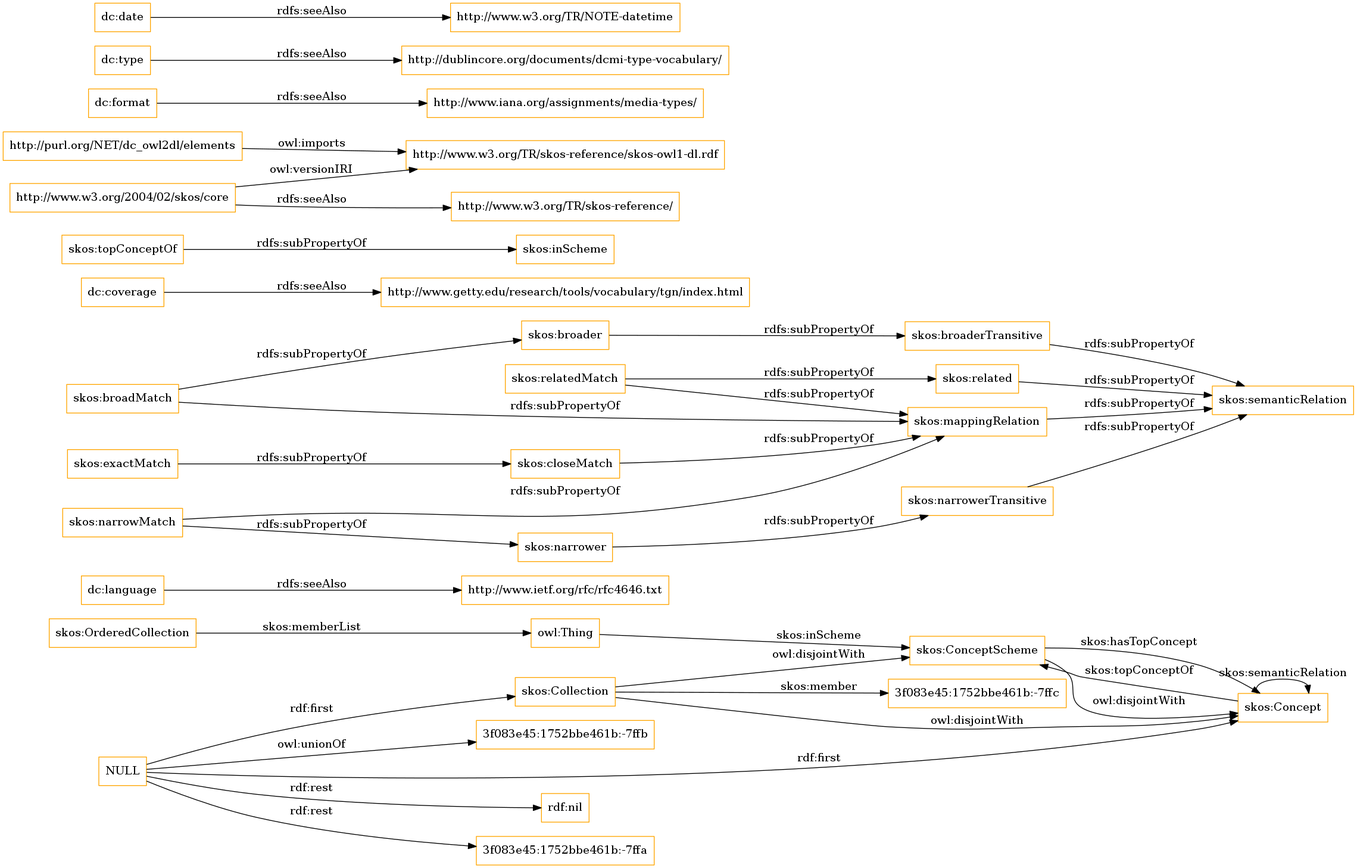
Before: OnToology/imports/elements.owl/diagrams/ar2dtool-class/elements.owl.png, a diagram exported from Graphviz (OnToologyUser/core-ontology-1). Its source is kept beside it as OnToology/imports/elements.owl/diagrams/ar2dtool-class/elements.owl.png.dot.
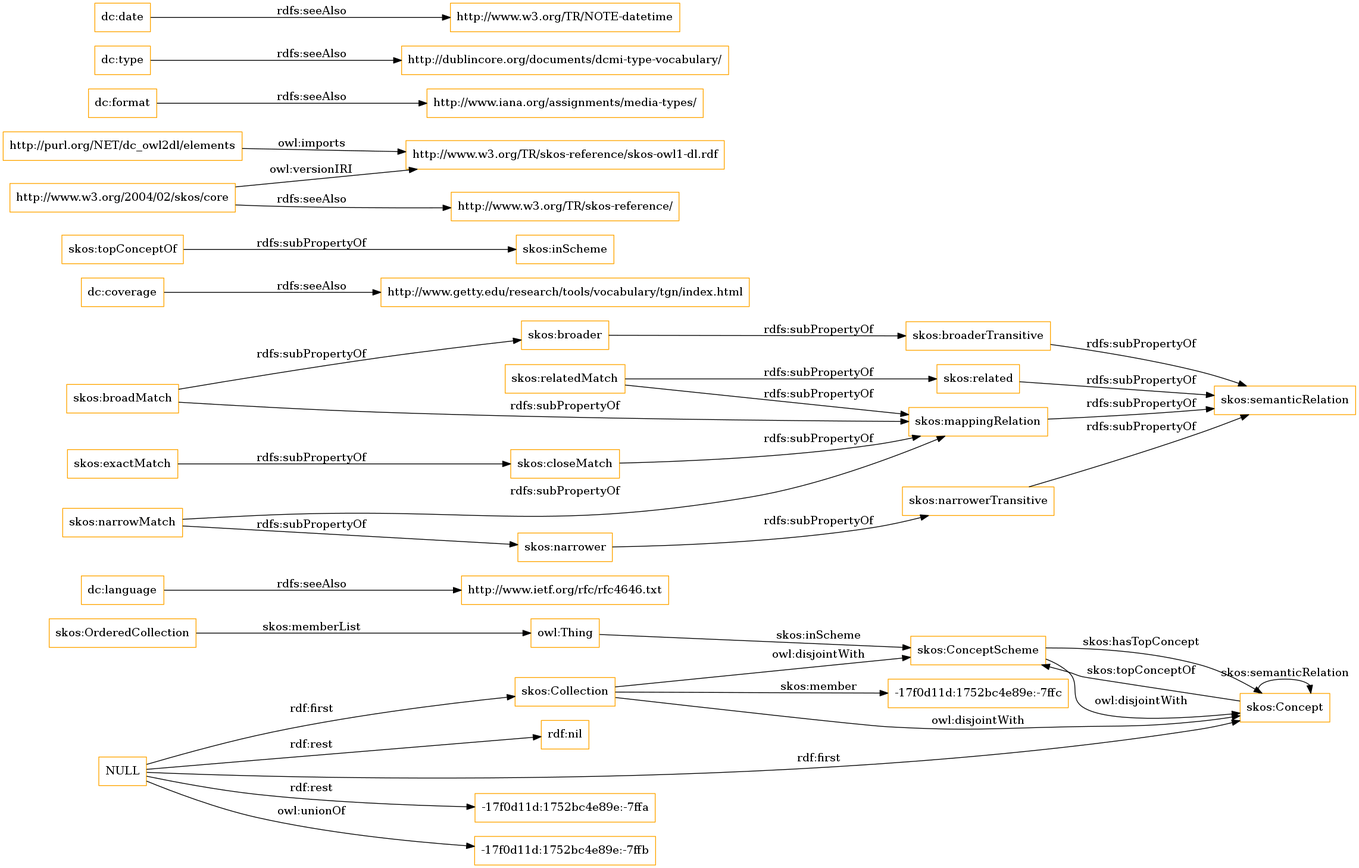
The same file after the commit.

The edit, as a diff of the source:
```diff
@@ -1,13 +1,13 @@
 digraph ar2dtool_diagram {
 rankdir=LR;
 size="1501"
-node [shape = rectangle, color="orange"]; "3f083e45:1752bbe461b:-7ffc" "skos:OrderedCollection" "skos:Collection" "skos:ConceptScheme" "skos:Concept" ; /*classes style*/
+node [shape = rectangle, color="orange"]; "-17f0d11d:1752bc4e89e:-7ffc" "skos:OrderedCollection" "skos:Collection" "skos:ConceptScheme" "skos:Concept" ; /*classes style*/
 	"dc:language" -> "http://www.ietf.org/rfc/rfc4646.txt" [ label = "rdfs:seeAlso" ];
+	"NULL" -> "-17f0d11d:1752bc4e89e:-7ffa" [ label = "rdf:rest" ];
+	"NULL" -> "skos:Concept" [ label = "rdf:first" ];
+	"NULL" -> "-17f0d11d:1752bc4e89e:-7ffb" [ label = "owl:unionOf" ];
 	"NULL" -> "rdf:nil" [ label = "rdf:rest" ];
 	"NULL" -> "skos:Collection" [ label = "rdf:first" ];
-	"NULL" -> "3f083e45:1752bbe461b:-7ffa" [ label = "rdf:rest" ];
-	"NULL" -> "skos:Concept" [ label = "rdf:first" ];
-	"NULL" -> "3f083e45:1752bbe461b:-7ffb" [ label = "owl:unionOf" ];
 	"skos:closeMatch" -> "skos:mappingRelation" [ label = "rdfs:subPropertyOf" ];
 	"dc:coverage" -> "http://www.getty.edu/research/tools/vocabulary/tgn/index.html" [ label = "rdfs:seeAlso" ];
 	"skos:relatedMatch" -> "skos:related" [ label = "rdfs:subPropertyOf" ];
@@ -36,7 +36,7 @@
 	"skos:OrderedCollection" -> "owl:Thing" [ label = "skos:memberList" ];
 	"skos:Concept" -> "skos:ConceptScheme" [ label = "skos:topConceptOf" ];
 	"skos:Concept" -> "skos:Concept" [ label = "skos:semanticRelation" ];
-	"skos:Collection" -> "3f083e45:1752bbe461b:-7ffc" [ label = "skos:member" ];
+	"skos:Collection" -> "-17f0d11d:1752bc4e89e:-7ffc" [ label = "skos:member" ];
 	"skos:ConceptScheme" -> "skos:Concept" [ label = "skos:hasTopConcept" ];
 	"owl:Thing" -> "skos:ConceptScheme" [ label = "skos:inScheme" ];
 
```
